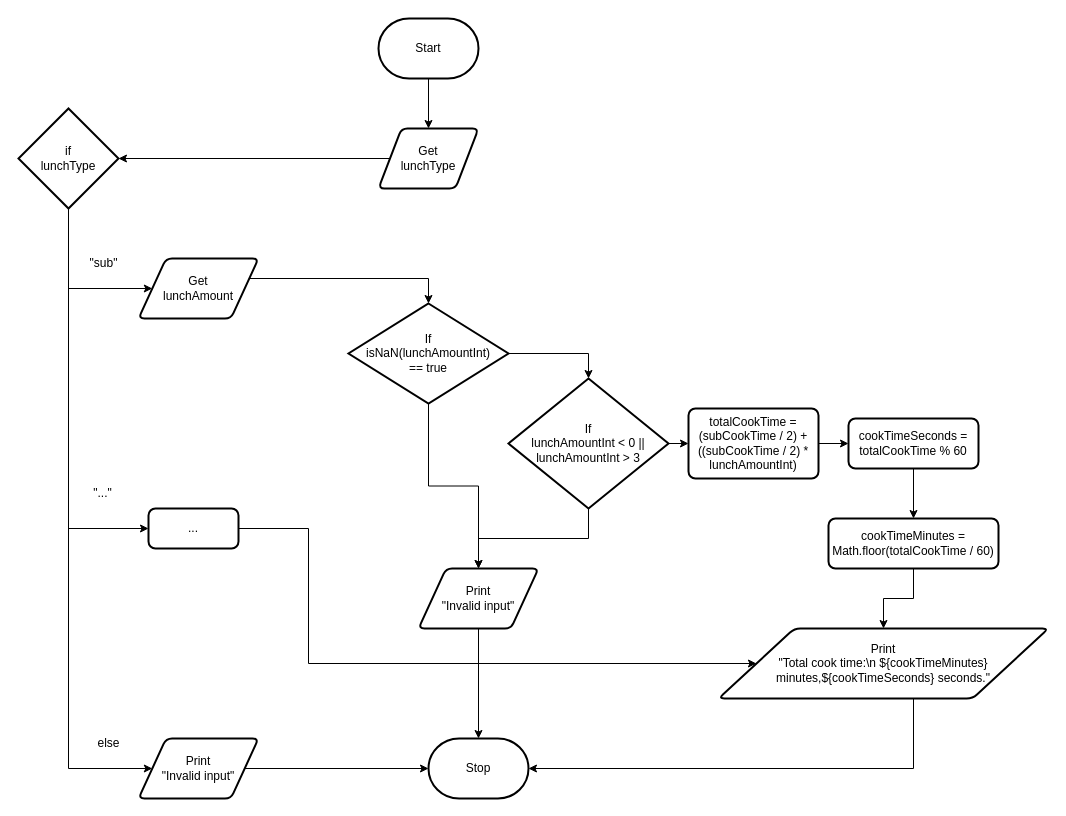
This is designs/flowchart.drawio from Curtis-Edwards/ICS4U-Unit-1-03-Typescript, a draw.io file, before an edit. Source tidied: cells renumbered, new cells numbered last; positions are measured from the earlier drawing's top-left corner, leaving out a move shared by most shapes. Both pictures are drawn from the tidied source at 100%, with x=0, y=0 at pixel (18, 18).
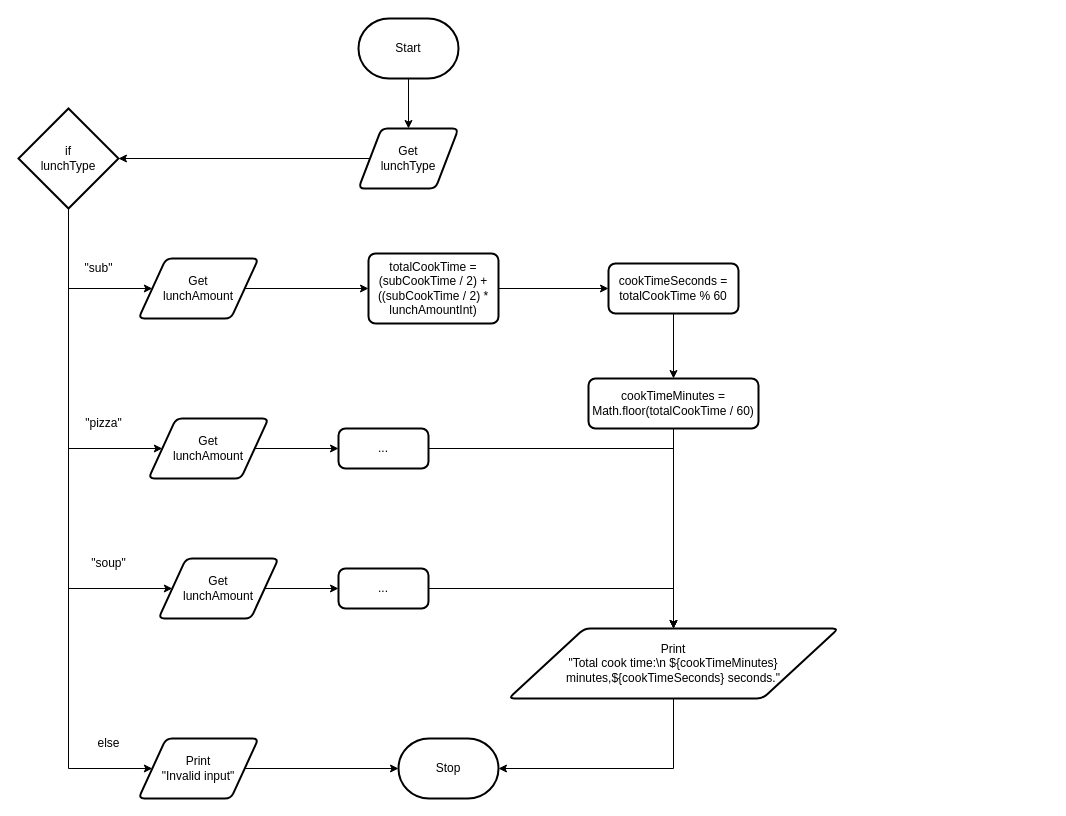
The same page after the edit.

The change refers to these unchanged cells:
```xml
<mxCell id="9" value="if&lt;br&gt;lunchType" style="strokeWidth=2;html=1;shape=mxgraph.flowchart.decision;whiteSpace=wrap;" parent="1" vertex="1">
  <mxGeometry y="90" width="100" height="100" as="geometry" />
</mxCell>
<mxCell id="12" value="Get&lt;br&gt;lunchAmount" style="shape=parallelogram;html=1;strokeWidth=2;perimeter=parallelogramPerimeter;whiteSpace=wrap;rounded=1;arcSize=12;size=0.23;" parent="1" vertex="1">
  <mxGeometry x="120" y="240" width="120" height="60" as="geometry" />
</mxCell>
```

Change to the diagram source:
```diff
@@
     <mxCell id="3" value="Start" style="strokeWidth=2;html=1;shape=mxgraph.flowchart.terminator;whiteSpace=wrap;" parent="1" vertex="1">
-      <mxGeometry x="360" width="100" height="60" as="geometry" />
+      <mxGeometry x="340" width="100" height="60" as="geometry" />
     </mxCell>
@@
     <mxCell id="5" value="Get&lt;br&gt;lunchType" style="shape=parallelogram;html=1;strokeWidth=2;perimeter=parallelogramPerimeter;whiteSpace=wrap;rounded=1;arcSize=12;size=0.23;" parent="1" vertex="1">
-      <mxGeometry x="360" y="110" width="100" height="60" as="geometry" />
+      <mxGeometry x="340" y="110" width="100" height="60" as="geometry" />
     </mxCell>
@@
-    <mxCell id="7" style="edgeStyle=orthogonalEdgeStyle;rounded=0;html=1;entryX=0;entryY=0.5;entryDx=0;entryDy=0;" parent="1" edge="1" source="9" target="35">
-      <mxGeometry relative="1" as="geometry">
-        <Array as="points">
-          <mxPoint x="50" y="510" />
-        </Array>
-      </mxGeometry>
-    </mxCell>
@@
+    <mxCell id="36" style="edgeStyle=orthogonalEdgeStyle;html=1;entryX=0;entryY=0.5;entryDx=0;entryDy=0;rounded=0;" parent="1" edge="1" source="9" target="42">
+      <mxGeometry relative="1" as="geometry">
+        <Array as="points">
+          <mxPoint x="50" y="430" />
+        </Array>
+      </mxGeometry>
+    </mxCell>
+    <mxCell id="37" style="edgeStyle=orthogonalEdgeStyle;rounded=0;html=1;entryX=0;entryY=0.5;entryDx=0;entryDy=0;" parent="1" edge="1" source="9" target="44">
+      <mxGeometry relative="1" as="geometry">
+        <Array as="points">
+          <mxPoint x="50" y="570" />
+        </Array>
+      </mxGeometry>
+    </mxCell>
@@
     <mxCell id="10" value="&quot;sub&quot;" style="text;html=1;align=center;verticalAlign=middle;strokeColor=none;fillColor=none;" parent="1" vertex="1">
-      <mxGeometry x="60" y="230" width="50" height="30" as="geometry" />
+      <mxGeometry x="55" y="235" width="50" height="30" as="geometry" />
     </mxCell>
-    <mxCell id="11" style="edgeStyle=orthogonalEdgeStyle;rounded=0;html=1;entryX=0.5;entryY=0;entryDx=0;entryDy=0;entryPerimeter=0;" parent="1" edge="1" source="12" target="15">
-      <mxGeometry relative="1" as="geometry">
-        <Array as="points">
-          <mxPoint x="410" y="260" />
-        </Array>
-      </mxGeometry>
+    <mxCell id="11" style="edgeStyle=orthogonalEdgeStyle;rounded=0;html=1;entryX=0;entryY=0.5;entryDx=0;entryDy=0;" parent="1" edge="1" source="12" target="22">
+      <mxGeometry relative="1" as="geometry" />
     </mxCell>
@@
-    <mxCell id="13" style="edgeStyle=orthogonalEdgeStyle;rounded=0;html=1;entryX=0.5;entryY=0;entryDx=0;entryDy=0;entryPerimeter=0;" parent="1" edge="1" source="15" target="18">
-      <mxGeometry relative="1" as="geometry">
-        <Array as="points">
-          <mxPoint x="570" y="335" />
-        </Array>
-      </mxGeometry>
-    </mxCell>
-    <mxCell id="14" style="edgeStyle=orthogonalEdgeStyle;rounded=0;html=1;entryX=0.5;entryY=0;entryDx=0;entryDy=0;" parent="1" edge="1" source="15" target="20">
-      <mxGeometry relative="1" as="geometry" />
-    </mxCell>
-    <mxCell id="15" value="If&lt;br&gt;isNaN(lunchAmountInt) &lt;br&gt;== true" style="strokeWidth=2;html=1;shape=mxgraph.flowchart.decision;whiteSpace=wrap;" parent="1" vertex="1">
-      <mxGeometry x="330" y="285" width="160" height="100" as="geometry" />
-    </mxCell>
-    <mxCell id="16" style="edgeStyle=orthogonalEdgeStyle;rounded=0;html=1;entryX=0.5;entryY=0;entryDx=0;entryDy=0;" parent="1" edge="1" source="18" target="20">
-      <mxGeometry relative="1" as="geometry" />
-    </mxCell>
-    <mxCell id="17" style="edgeStyle=orthogonalEdgeStyle;rounded=0;html=1;entryX=0;entryY=0.5;entryDx=0;entryDy=0;" parent="1" edge="1" source="18" target="22">
-      <mxGeometry relative="1" as="geometry" />
-    </mxCell>
-    <mxCell id="18" value="If&lt;br&gt;lunchAmountInt &amp;lt; 0 || lunchAmountInt &amp;gt; 3" style="strokeWidth=2;html=1;shape=mxgraph.flowchart.decision;whiteSpace=wrap;" parent="1" vertex="1">
-      <mxGeometry x="490" y="360" width="160" height="130" as="geometry" />
-    </mxCell>
-    <mxCell id="19" style="edgeStyle=orthogonalEdgeStyle;rounded=0;html=1;entryX=0.5;entryY=0;entryDx=0;entryDy=0;entryPerimeter=0;" parent="1" edge="1" source="20" target="29">
-      <mxGeometry relative="1" as="geometry" />
-    </mxCell>
-    <mxCell id="20" value="Print&lt;br&gt;&quot;Invalid input&quot;" style="shape=parallelogram;html=1;strokeWidth=2;perimeter=parallelogramPerimeter;whiteSpace=wrap;rounded=1;arcSize=12;size=0.23;" parent="1" vertex="1">
-      <mxGeometry x="400" y="550" width="120" height="60" as="geometry" />
-    </mxCell>
@@
     <mxCell id="22" value="&lt;div&gt;totalCookTime = (subCookTime / 2) + ((subCookTime / 2) * lunchAmountInt)&lt;/div&gt;" style="rounded=1;whiteSpace=wrap;html=1;absoluteArcSize=1;arcSize=14;strokeWidth=2;" parent="1" vertex="1">
-      <mxGeometry x="670" y="390" width="130" height="70" as="geometry" />
+      <mxGeometry x="350" y="235" width="130" height="70" as="geometry" />
     </mxCell>
@@
     <mxCell id="24" value="&lt;div&gt;cookTimeSeconds = totalCookTime % 60&lt;/div&gt;" style="rounded=1;whiteSpace=wrap;html=1;absoluteArcSize=1;arcSize=14;strokeWidth=2;" parent="1" vertex="1">
-      <mxGeometry x="830" y="400" width="130" height="50" as="geometry" />
+      <mxGeometry x="590" y="245" width="130" height="50" as="geometry" />
     </mxCell>
@@
     <mxCell id="26" value="&lt;div&gt;cookTimeMinutes = Math.floor(totalCookTime / 60)&lt;/div&gt;" style="rounded=1;whiteSpace=wrap;html=1;absoluteArcSize=1;arcSize=14;strokeWidth=2;" parent="1" vertex="1">
-      <mxGeometry x="810" y="500" width="170" height="50" as="geometry" />
+      <mxGeometry x="570" y="360" width="170" height="50" as="geometry" />
     </mxCell>
     <mxCell id="27" style="edgeStyle=orthogonalEdgeStyle;rounded=0;html=1;entryX=1;entryY=0.5;entryDx=0;entryDy=0;entryPerimeter=0;" parent="1" edge="1" source="28" target="29">
       <mxGeometry relative="1" as="geometry">
         <Array as="points">
-          <mxPoint x="895" y="750" />
+          <mxPoint x="655" y="750" />
         </Array>
       </mxGeometry>
     </mxCell>
     <mxCell id="28" value="Print&lt;br&gt;&quot;Total cook time:\n ${cookTimeMinutes} minutes,${cookTimeSeconds} seconds.&quot;" style="shape=parallelogram;html=1;strokeWidth=2;perimeter=parallelogramPerimeter;whiteSpace=wrap;rounded=1;arcSize=12;size=0.23;" parent="1" vertex="1">
-      <mxGeometry x="700" y="610" width="330" height="70" as="geometry" />
+      <mxGeometry x="490" y="610" width="330" height="70" as="geometry" />
     </mxCell>
     <mxCell id="29" value="Stop" style="strokeWidth=2;html=1;shape=mxgraph.flowchart.terminator;whiteSpace=wrap;" parent="1" vertex="1">
-      <mxGeometry x="410" y="720" width="100" height="60" as="geometry" />
+      <mxGeometry x="380" y="720" width="100" height="60" as="geometry" />
     </mxCell>
@@
-    <mxCell id="32" value="&quot;...&quot;" style="text;html=1;align=center;verticalAlign=middle;strokeColor=none;fillColor=none;" parent="1" vertex="1">
-      <mxGeometry x="64" y="460" width="40" height="30" as="geometry" />
+    <mxCell id="32" value="&quot;pizza&quot;" style="text;html=1;align=center;verticalAlign=middle;strokeColor=none;fillColor=none;" parent="1" vertex="1">
+      <mxGeometry x="55" y="390" width="60" height="30" as="geometry" />
     </mxCell>
@@
-    <mxCell id="34" style="edgeStyle=orthogonalEdgeStyle;rounded=0;html=1;entryX=0;entryY=0.5;entryDx=0;entryDy=0;" parent="1" edge="1" source="35" target="28">
-      <mxGeometry relative="1" as="geometry">
-        <Array as="points">
-          <mxPoint x="290" y="510" />
-          <mxPoint x="290" y="645" />
-        </Array>
-      </mxGeometry>
+    <mxCell id="34" style="edgeStyle=orthogonalEdgeStyle;rounded=0;html=1;entryX=0.5;entryY=0;entryDx=0;entryDy=0;" parent="1" edge="1" source="35" target="28">
+      <mxGeometry relative="1" as="geometry" />
     </mxCell>
     <mxCell id="35" value="&lt;div&gt;...&lt;/div&gt;" style="rounded=1;whiteSpace=wrap;html=1;absoluteArcSize=1;arcSize=14;strokeWidth=2;" parent="1" vertex="1">
-      <mxGeometry x="130" y="490" width="90" height="40" as="geometry" />
+      <mxGeometry x="320" y="550" width="90" height="40" as="geometry" />
     </mxCell>
+    <mxCell id="38" value="&quot;soup&quot;" style="text;html=1;align=center;verticalAlign=middle;strokeColor=none;fillColor=none;" parent="1" vertex="1">
+      <mxGeometry x="60" y="530" width="60" height="30" as="geometry" />
+    </mxCell>
+    <mxCell id="39" style="edgeStyle=orthogonalEdgeStyle;rounded=0;html=1;entryX=0.5;entryY=0;entryDx=0;entryDy=0;" parent="1" edge="1" source="40" target="28">
+      <mxGeometry relative="1" as="geometry" />
+    </mxCell>
+    <mxCell id="40" value="&lt;div&gt;...&lt;/div&gt;" style="rounded=1;whiteSpace=wrap;html=1;absoluteArcSize=1;arcSize=14;strokeWidth=2;" parent="1" vertex="1">
+      <mxGeometry x="320" y="410" width="90" height="40" as="geometry" />
+    </mxCell>
+    <mxCell id="41" style="edgeStyle=orthogonalEdgeStyle;rounded=0;html=1;entryX=0;entryY=0.5;entryDx=0;entryDy=0;" parent="1" edge="1" source="42" target="40">
+      <mxGeometry relative="1" as="geometry" />
+    </mxCell>
+    <mxCell id="42" value="Get&lt;br&gt;lunchAmount" style="shape=parallelogram;html=1;strokeWidth=2;perimeter=parallelogramPerimeter;whiteSpace=wrap;rounded=1;arcSize=12;size=0.23;" parent="1" vertex="1">
+      <mxGeometry x="130" y="400" width="120" height="60" as="geometry" />
+    </mxCell>
+    <mxCell id="43" style="edgeStyle=orthogonalEdgeStyle;rounded=0;html=1;entryX=0;entryY=0.5;entryDx=0;entryDy=0;" parent="1" edge="1" source="44" target="35">
+      <mxGeometry relative="1" as="geometry" />
+    </mxCell>
+    <mxCell id="44" value="Get&lt;br&gt;lunchAmount" style="shape=parallelogram;html=1;strokeWidth=2;perimeter=parallelogramPerimeter;whiteSpace=wrap;rounded=1;arcSize=12;size=0.23;" parent="1" vertex="1">
+      <mxGeometry x="140" y="540" width="120" height="60" as="geometry" />
+    </mxCell>
```
